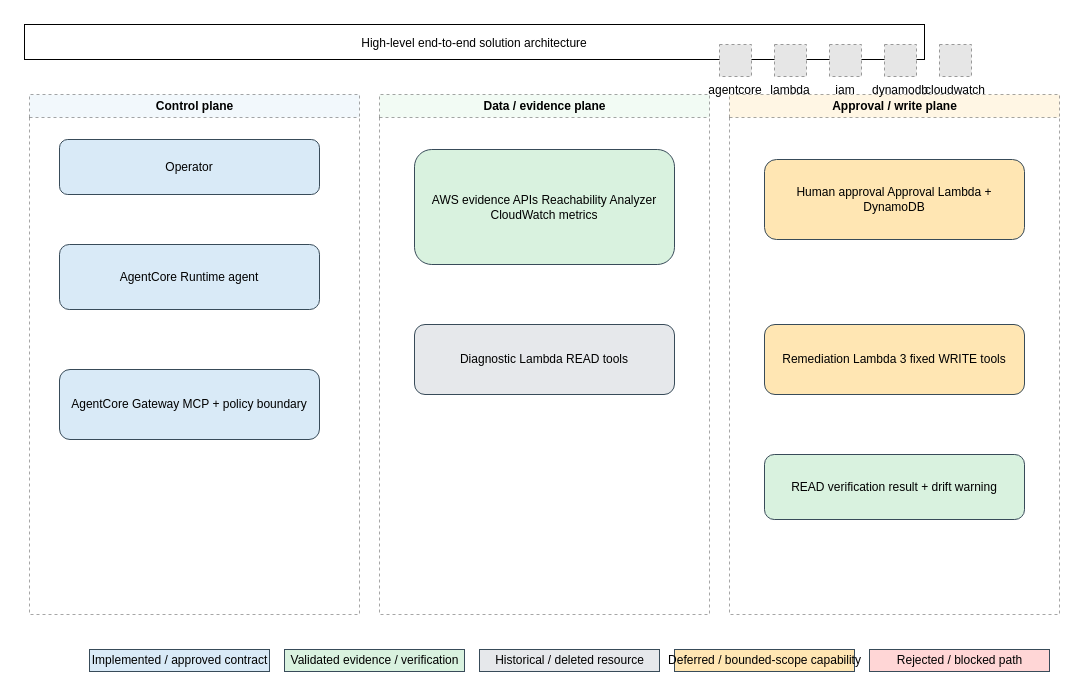
Earlier version of the draw.io diagram docs/diagrams/01-end-to-end-solution-architecture.drawio (omr19/agentic-aws-network-ops). Source tidied: cells renumbered, new cells numbered last; positions are measured from the earlier drawing's top-left corner, leaving out a move shared by most shapes. Both pictures are drawn from the tidied source at 100%, with x=0, y=0 at pixel (24, 24). Pictures stored in the file or linked from it are replaced by grey dashed boxes.
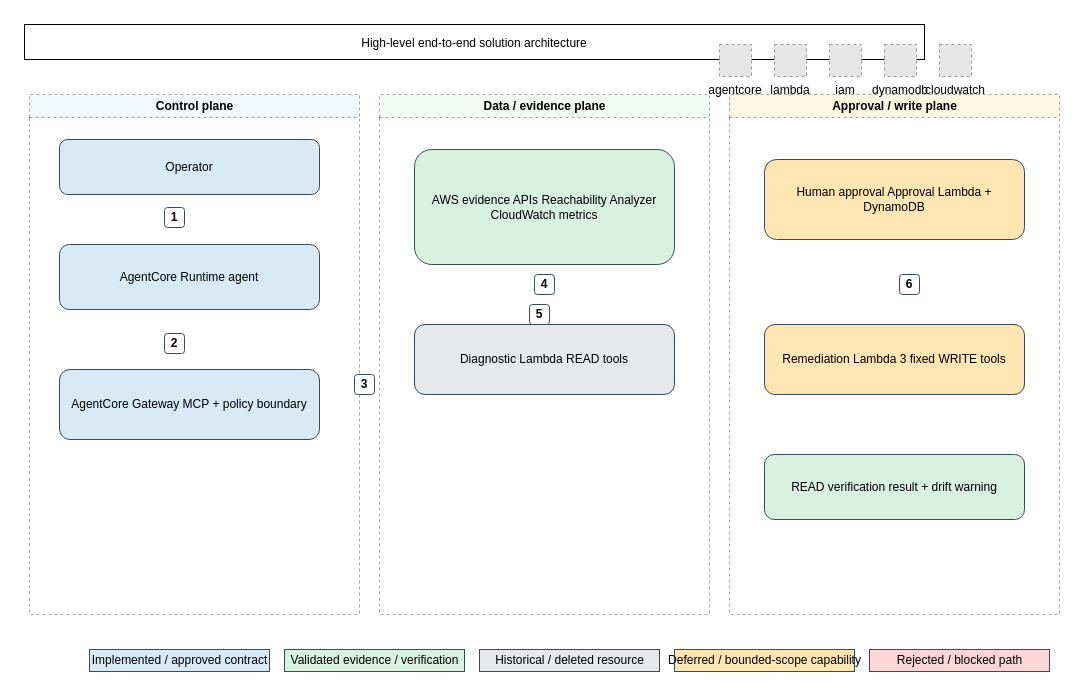
The same page after the edit.

What changed in the source:
```diff
@@
+    <mxCell id="31" value="1" style="rounded=1;whiteSpace=wrap;html=1;fillColor=#ffffff;strokeColor=#384b59;fontStyle=1;align=center;verticalAlign=middle;" parent="1" vertex="1">
+      <mxGeometry x="140" y="183" width="20" height="20" as="geometry" />
+    </mxCell>
+    <mxCell id="32" value="2" style="rounded=1;whiteSpace=wrap;html=1;fillColor=#ffffff;strokeColor=#384b59;fontStyle=1;align=center;verticalAlign=middle;" parent="1" vertex="1">
+      <mxGeometry x="140" y="309" width="20" height="20" as="geometry" />
+    </mxCell>
+    <mxCell id="33" value="3" style="rounded=1;whiteSpace=wrap;html=1;fillColor=#ffffff;strokeColor=#384b59;fontStyle=1;align=center;verticalAlign=middle;" parent="1" vertex="1">
+      <mxGeometry x="330" y="350" width="20" height="20" as="geometry" />
+    </mxCell>
+    <mxCell id="34" value="4" style="rounded=1;whiteSpace=wrap;html=1;fillColor=#ffffff;strokeColor=#384b59;fontStyle=1;align=center;verticalAlign=middle;" parent="1" vertex="1">
+      <mxGeometry x="510" y="250" width="20" height="20" as="geometry" />
+    </mxCell>
+    <mxCell id="35" value="5" style="rounded=1;whiteSpace=wrap;html=1;fillColor=#ffffff;strokeColor=#384b59;fontStyle=1;align=center;verticalAlign=middle;" parent="1" vertex="1">
+      <mxGeometry x="505" y="280" width="20" height="20" as="geometry" />
+    </mxCell>
+    <mxCell id="36" value="6" style="rounded=1;whiteSpace=wrap;html=1;fillColor=#ffffff;strokeColor=#384b59;fontStyle=1;align=center;verticalAlign=middle;" parent="1" vertex="1">
+      <mxGeometry x="875" y="250" width="20" height="20" as="geometry" />
+    </mxCell>
```
